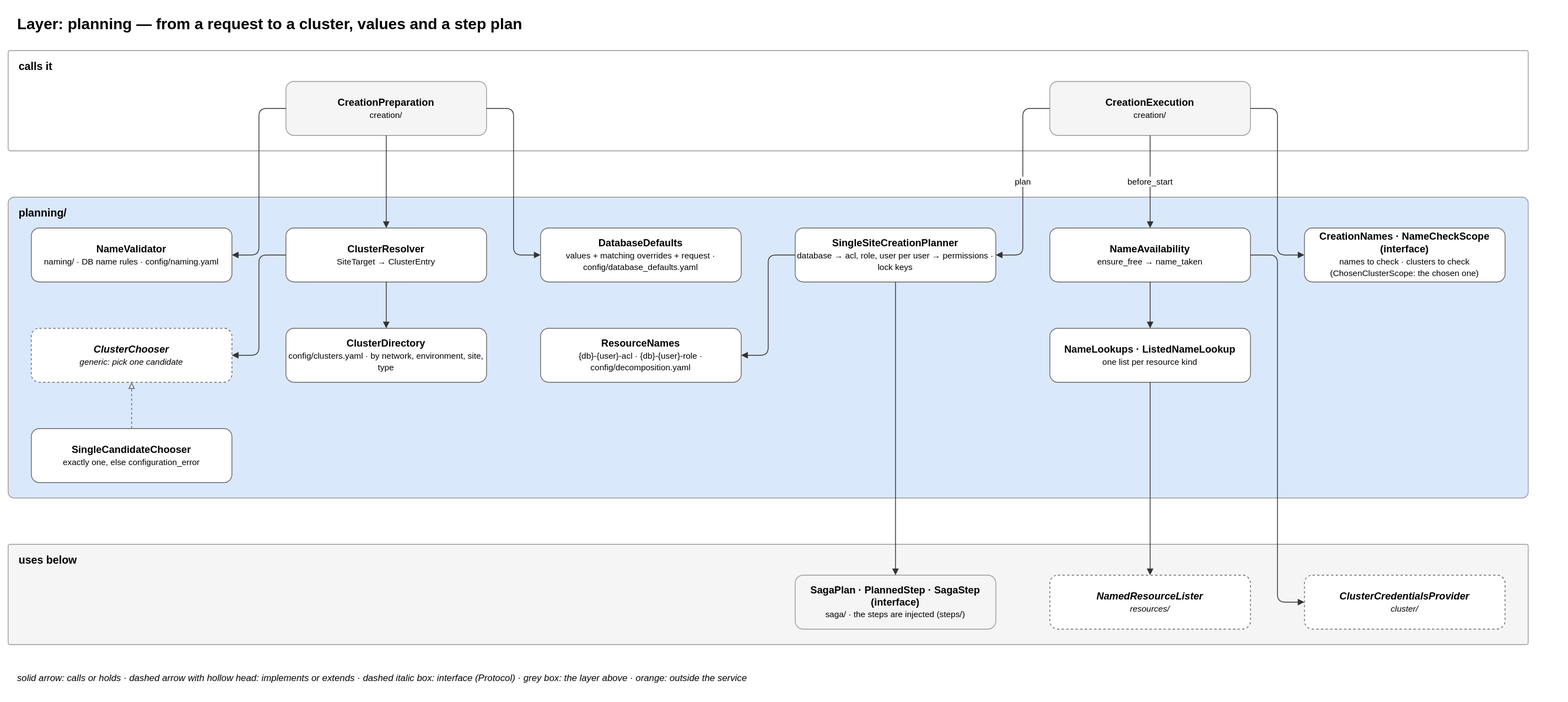
EliShteinman/redis-enterprise-services keeps this draw.io diagram as docs/diagrams/05-layer-planning.drawio.svg. Above is the earlier version. Source tidied: cells renumbered, new cells last; positions are measured from the earlier drawing's top-left corner, leaving out a move shared by most shapes.
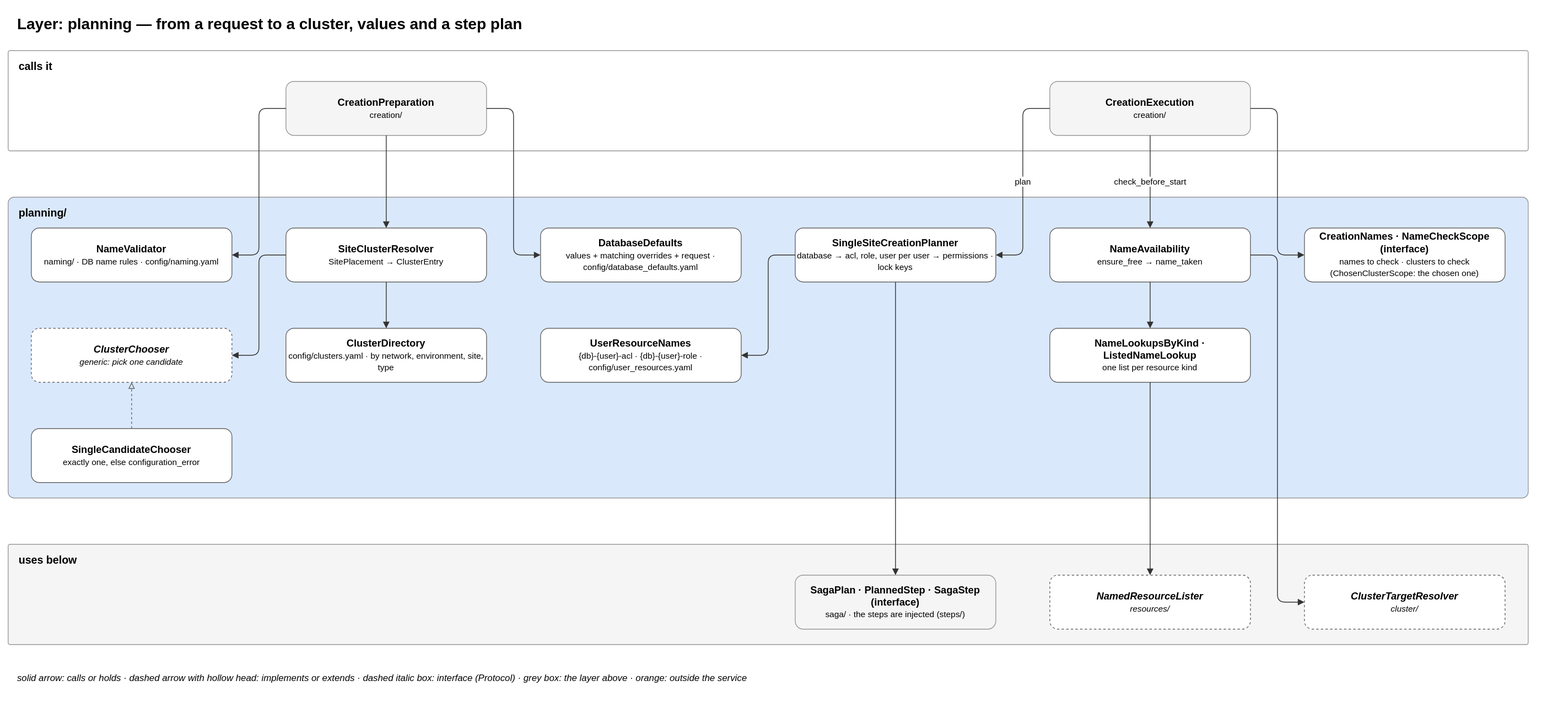
The same diagram one commit later.

The edit, as a diff of the source:
```diff
@@ -20,7 +20,7 @@
     <mxCell id="7" value="&lt;b&gt;NameValidator&lt;/b&gt;&lt;br&gt;&lt;font style='font-size:11px'&gt;naming/ · DB name rules · config/naming.yaml&lt;/font&gt;" style="rounded=1;whiteSpace=wrap;html=1;fillColor=#ffffff;strokeColor=#666666;fontSize=13;" parent="1" vertex="1">
       <mxGeometry x="30" y="285" width="260" height="70" as="geometry" />
     </mxCell>
-    <mxCell id="8" value="&lt;b&gt;ClusterResolver&lt;/b&gt;&lt;br&gt;&lt;font style='font-size:11px'&gt;SiteTarget → ClusterEntry&lt;/font&gt;" style="rounded=1;whiteSpace=wrap;html=1;fillColor=#ffffff;strokeColor=#666666;fontSize=13;" parent="1" vertex="1">
+    <mxCell id="8" value="&lt;b&gt;SiteClusterResolver&lt;/b&gt;&lt;br&gt;&lt;font style='font-size:11px'&gt;SitePlacement → ClusterEntry&lt;/font&gt;" style="rounded=1;whiteSpace=wrap;html=1;fillColor=#ffffff;strokeColor=#666666;fontSize=13;" parent="1" vertex="1">
       <mxGeometry x="360" y="285" width="260" height="70" as="geometry" />
     </mxCell>
     <mxCell id="9" value="&lt;b&gt;DatabaseDefaults&lt;/b&gt;&lt;br&gt;&lt;font style='font-size:11px'&gt;values + matching overrides + request · config/database_defaults.yaml&lt;/font&gt;" style="rounded=1;whiteSpace=wrap;html=1;fillColor=#ffffff;strokeColor=#666666;fontSize=13;" parent="1" vertex="1">
@@ -41,10 +41,10 @@
     <mxCell id="14" value="&lt;b&gt;ClusterDirectory&lt;/b&gt;&lt;br&gt;&lt;font style='font-size:11px'&gt;config/clusters.yaml · by network, environment, site, type&lt;/font&gt;" style="rounded=1;whiteSpace=wrap;html=1;fillColor=#ffffff;strokeColor=#666666;fontSize=13;" parent="1" vertex="1">
       <mxGeometry x="360" y="415" width="260" height="70" as="geometry" />
     </mxCell>
-    <mxCell id="15" value="&lt;b&gt;ResourceNames&lt;/b&gt;&lt;br&gt;&lt;font style='font-size:11px'&gt;{db}-{user}-acl · {db}-{user}-role · config/decomposition.yaml&lt;/font&gt;" style="rounded=1;whiteSpace=wrap;html=1;fillColor=#ffffff;strokeColor=#666666;fontSize=13;" parent="1" vertex="1">
+    <mxCell id="15" value="&lt;b&gt;UserResourceNames&lt;/b&gt;&lt;br&gt;&lt;font style='font-size:11px'&gt;{db}-{user}-acl · {db}-{user}-role · config/user_resources.yaml&lt;/font&gt;" style="rounded=1;whiteSpace=wrap;html=1;fillColor=#ffffff;strokeColor=#666666;fontSize=13;" parent="1" vertex="1">
       <mxGeometry x="690" y="415" width="260" height="70" as="geometry" />
     </mxCell>
-    <mxCell id="16" value="&lt;b&gt;NameLookups · ListedNameLookup&lt;/b&gt;&lt;br&gt;&lt;font style='font-size:11px'&gt;one list per resource kind&lt;/font&gt;" style="rounded=1;whiteSpace=wrap;html=1;fillColor=#ffffff;strokeColor=#666666;fontSize=13;" parent="1" vertex="1">
+    <mxCell id="16" value="&lt;b&gt;NameLookupsByKind · ListedNameLookup&lt;/b&gt;&lt;br&gt;&lt;font style='font-size:11px'&gt;one list per resource kind&lt;/font&gt;" style="rounded=1;whiteSpace=wrap;html=1;fillColor=#ffffff;strokeColor=#666666;fontSize=13;" parent="1" vertex="1">
       <mxGeometry x="1350" y="415" width="260" height="70" as="geometry" />
     </mxCell>
     <mxCell id="17" value="&lt;b&gt;SingleCandidateChooser&lt;/b&gt;&lt;br&gt;&lt;font style='font-size:11px'&gt;exactly one, else configuration_error&lt;/font&gt;" style="rounded=1;whiteSpace=wrap;html=1;fillColor=#ffffff;strokeColor=#666666;fontSize=13;" parent="1" vertex="1">
@@ -59,7 +59,7 @@
     <mxCell id="20" value="&lt;b&gt;NamedResourceLister&lt;/b&gt;&lt;br&gt;&lt;font style='font-size:11px'&gt;resources/&lt;/font&gt;" style="rounded=1;whiteSpace=wrap;html=1;fillColor=#ffffff;strokeColor=#666666;fontSize=13;dashed=1;fontStyle=2;" parent="1" vertex="1">
       <mxGeometry x="1350" y="735" width="260" height="70" as="geometry" />
     </mxCell>
-    <mxCell id="21" value="&lt;b&gt;ClusterCredentialsProvider&lt;/b&gt;&lt;br&gt;&lt;font style='font-size:11px'&gt;cluster/&lt;/font&gt;" style="rounded=1;whiteSpace=wrap;html=1;fillColor=#ffffff;strokeColor=#666666;fontSize=13;dashed=1;fontStyle=2;" parent="1" vertex="1">
+    <mxCell id="21" value="&lt;b&gt;ClusterTargetResolver&lt;/b&gt;&lt;br&gt;&lt;font style='font-size:11px'&gt;cluster/&lt;/font&gt;" style="rounded=1;whiteSpace=wrap;html=1;fillColor=#ffffff;strokeColor=#666666;fontSize=13;dashed=1;fontStyle=2;" parent="1" vertex="1">
       <mxGeometry x="1680" y="735" width="260" height="70" as="geometry" />
     </mxCell>
     <mxCell id="22" style="edgeStyle=orthogonalEdgeStyle;rounded=1;html=1;fontSize=11;labelBackgroundColor=#ffffff;exitX=0;exitY=0.5;entryX=1;entryY=0.5;endArrow=block;strokeColor=#333333;" parent="1" edge="1" source="4" target="7">
@@ -74,7 +74,7 @@
     <mxCell id="25" value="plan" style="edgeStyle=orthogonalEdgeStyle;rounded=1;html=1;fontSize=11;labelBackgroundColor=#ffffff;exitX=0;exitY=0.5;entryX=1;entryY=0.5;endArrow=block;strokeColor=#333333;" parent="1" edge="1" source="5" target="10">
       <mxGeometry relative="1" as="geometry" />
     </mxCell>
-    <mxCell id="26" value="before_start" style="edgeStyle=orthogonalEdgeStyle;rounded=1;html=1;fontSize=11;labelBackgroundColor=#ffffff;exitX=0.5;exitY=1;entryX=0.5;entryY=0;endArrow=block;strokeColor=#333333;" parent="1" edge="1" source="5" target="11">
+    <mxCell id="26" value="check_before_start" style="edgeStyle=orthogonalEdgeStyle;rounded=1;html=1;fontSize=11;labelBackgroundColor=#ffffff;exitX=0.5;exitY=1;entryX=0.5;entryY=0;endArrow=block;strokeColor=#333333;" parent="1" edge="1" source="5" target="11">
       <mxGeometry relative="1" as="geometry" />
     </mxCell>
     <mxCell id="27" style="edgeStyle=orthogonalEdgeStyle;rounded=1;html=1;fontSize=11;labelBackgroundColor=#ffffff;exitX=1;exitY=0.5;entryX=0;entryY=0.5;endArrow=block;strokeColor=#333333;" parent="1" edge="1" source="5" target="12">
```
